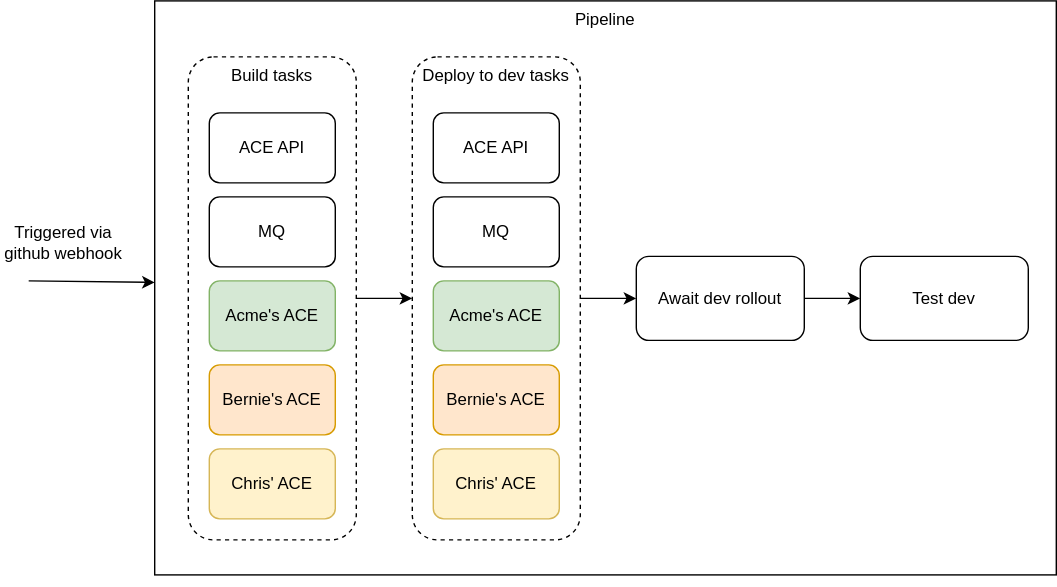
Earlier version of the draw.io export DrivewayDentDeletion/media/dev-pipeline.svg (IBM/cp4i-deployment-samples). Source tidied: cells renumbered, new cells last; positions are measured from the earlier drawing's top-left corner, leaving out a move shared by most shapes.
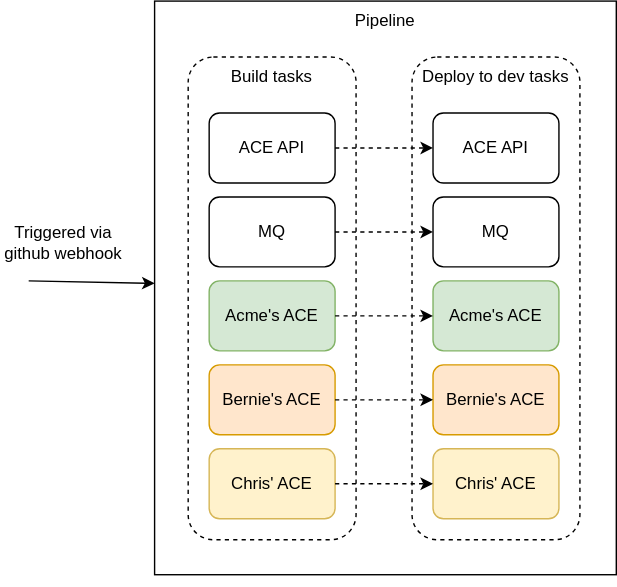
After the change.

Diff of the diagram source:
```diff
@@ -3,14 +3,8 @@
     <mxCell id="0" />
     <mxCell id="1" parent="0" />
     <mxCell id="2" value="Pipeline" style="rounded=0;whiteSpace=wrap;html=1;verticalAlign=top;" parent="1" vertex="1">
-      <mxGeometry x="110" width="644" height="410" as="geometry" />
+      <mxGeometry x="110" width="330" height="410" as="geometry" />
     </mxCell>
-    <mxCell id="3" value="Await dev rollout" style="rounded=1;whiteSpace=wrap;html=1;" parent="1" vertex="1">
-      <mxGeometry x="454" y="182.5" width="120" height="60" as="geometry" />
-    </mxCell>
-    <mxCell id="4" value="Test dev" style="rounded=1;whiteSpace=wrap;html=1;" parent="1" vertex="1">
-      <mxGeometry x="614" y="182.5" width="120" height="60" as="geometry" />
-    </mxCell>
     <mxCell id="5" style="group;dashed=1;strokeColor=none;" parent="1" vertex="1">
       <mxGeometry x="294" y="40" width="120" height="345" as="geometry" />
     </mxCell>
@@ -32,20 +26,11 @@
     <mxCell id="11" value="Chris' ACE" style="rounded=1;whiteSpace=wrap;html=1;fillColor=#fff2cc;strokeColor=#d6b656;" parent="5" vertex="1">
       <mxGeometry x="15" y="280" width="90" height="50" as="geometry" />
     </mxCell>
-    <mxCell id="12" style="endArrow=classic;html=1;" parent="1" edge="1" source="17" target="6">
-      <mxGeometry relative="1" as="geometry" />
-    </mxCell>
-    <mxCell id="13" style="endArrow=classic;html=1;" parent="1" edge="1" source="6" target="3">
-      <mxGeometry relative="1" as="geometry" />
-    </mxCell>
-    <mxCell id="14" style="endArrow=classic;html=1;" parent="1" edge="1" source="3" target="4">
-      <mxGeometry relative="1" as="geometry" />
-    </mxCell>
-    <mxCell id="15" style="endArrow=classic;html=1;" parent="1" edge="1" target="2">
-      <mxGeometry relative="1" as="geometry">
-        <mxPoint x="20" y="200" as="sourcePoint" />
-      </mxGeometry>
-    </mxCell>
+    <mxCell id="24" style="endArrow=classic;html=1;" parent="1" edge="1" target="2">
+      <mxGeometry relative="1" as="geometry">
+        <mxPoint x="20" y="200" as="sourcePoint" />
+      </mxGeometry>
+    </mxCell>
     <mxCell id="16" value="Triggered via github webhook" style="text;html=1;strokeColor=none;fillColor=none;align=center;verticalAlign=middle;whiteSpace=wrap;rounded=0;" parent="1" vertex="1">
       <mxGeometry y="162.5" width="90" height="20" as="geometry" />
     </mxCell>
@@ -70,5 +55,20 @@
     <mxCell id="23" style="edgeStyle=orthogonalEdgeStyle;rounded=0;orthogonalLoop=1;jettySize=auto;html=1;exitX=0.5;exitY=1;exitDx=0;exitDy=0;" parent="1" edge="1" source="2" target="2">
       <mxGeometry relative="1" as="geometry" />
     </mxCell>
+    <mxCell id="25" style="endArrow=classic;html=1;dashed=1;" parent="1" edge="1" source="19" target="8">
+      <mxGeometry relative="1" as="geometry" />
+    </mxCell>
+    <mxCell id="26" style="endArrow=classic;html=1;dashed=1;" parent="1" edge="1" source="20" target="9">
+      <mxGeometry relative="1" as="geometry" />
+    </mxCell>
+    <mxCell id="27" style="endArrow=classic;html=1;dashed=1;" parent="1" edge="1" source="21" target="10">
+      <mxGeometry relative="1" as="geometry" />
+    </mxCell>
+    <mxCell id="28" style="endArrow=classic;html=1;dashed=1;" parent="1" edge="1" source="22" target="11">
+      <mxGeometry relative="1" as="geometry" />
+    </mxCell>
+    <mxCell id="29" style="endArrow=classic;html=1;dashed=1;" parent="1" edge="1" source="18" target="7">
+      <mxGeometry relative="1" as="geometry" />
+    </mxCell>
   </root>
 </mxGraphModel>
```
